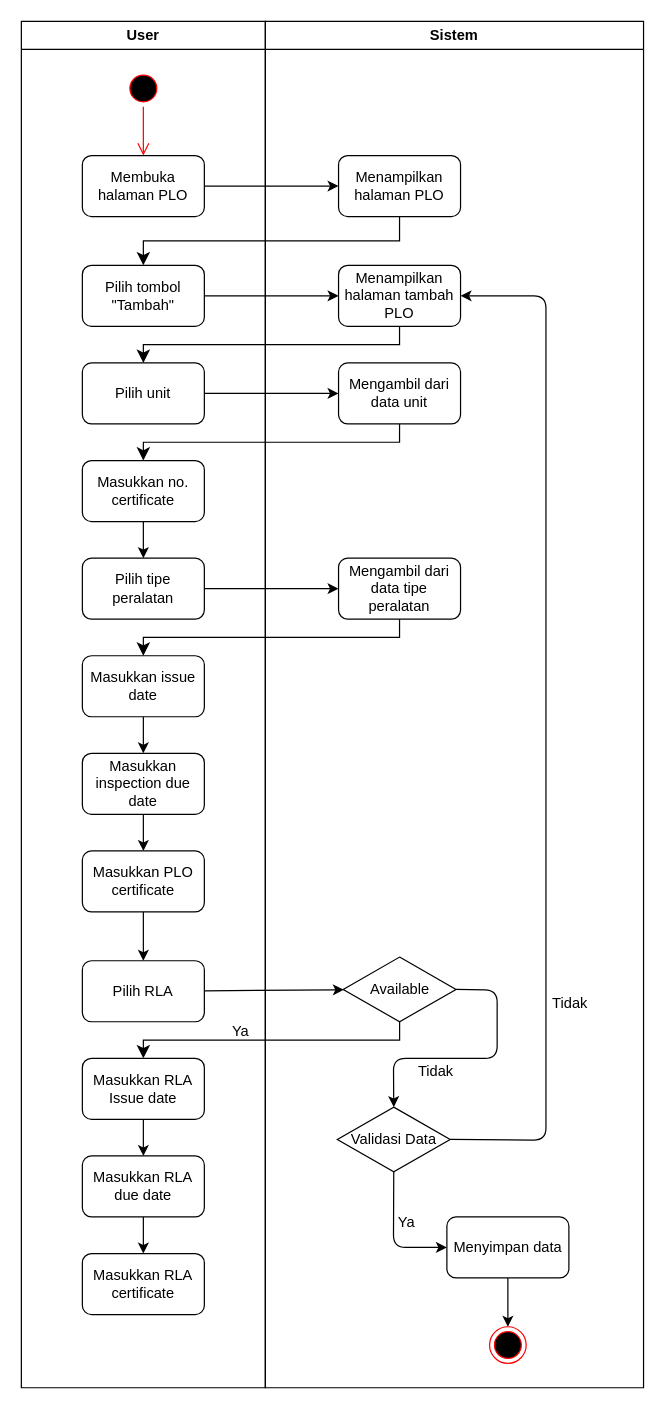
rismanrhz/idms keeps this draw.io diagram as DOKUMENTASI IDMS/PLO/tambahPLO.drawio. Above is the earlier version. Source tidied: cells renumbered, new cells numbered last; positions are measured from the earlier drawing's top-left corner, leaving out a move shared by most shapes. Both pictures are drawn from the tidied source at 122%, with x=0, y=0 at pixel (21, 21).
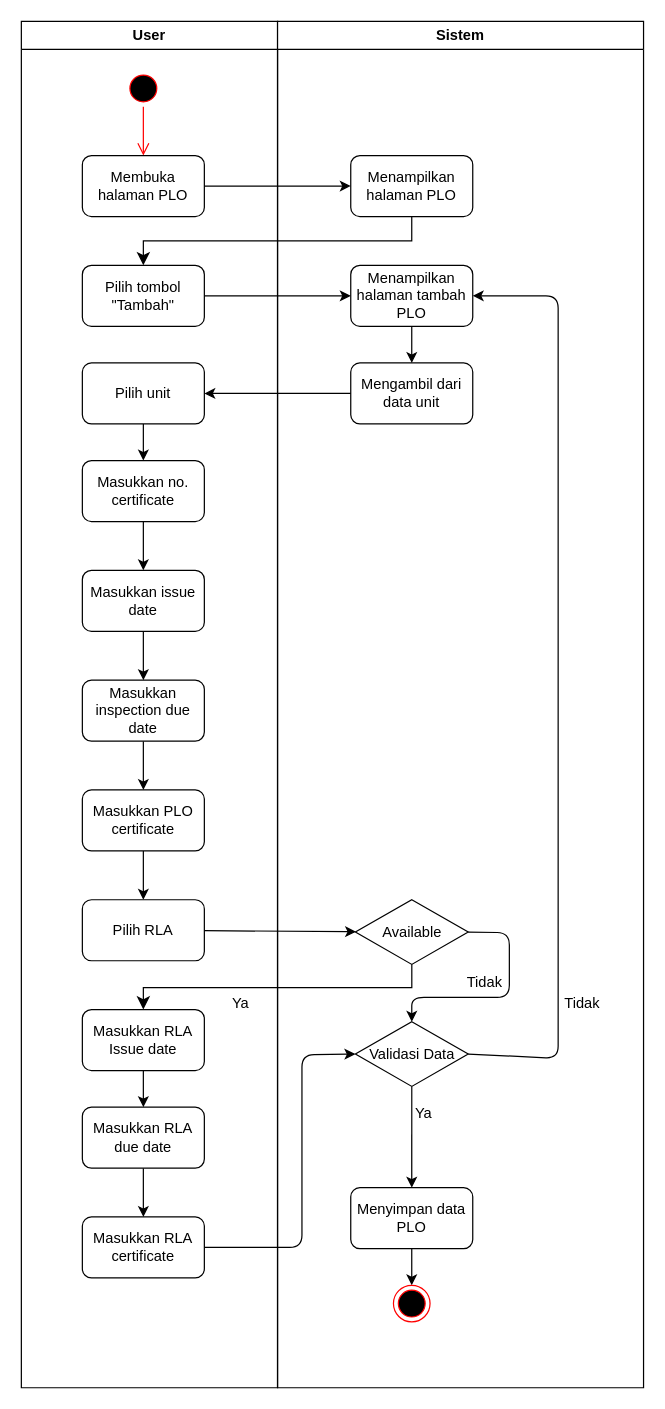
The same diagram, later.

The change refers to these unchanged cells:
```xml
<mxCell id="7" value="Pilih unit" style="rounded=1;whiteSpace=wrap;html=1;" parent="2" vertex="1">
  <mxGeometry x="50" y="280" width="100" height="50" as="geometry" />
</mxCell>
<mxCell id="9" value="Masukkan no. certificate" style="rounded=1;whiteSpace=wrap;html=1;" parent="2" vertex="1">
  <mxGeometry x="50" y="360" width="100" height="50" as="geometry" />
</mxCell>
<mxCell id="25" value="Mengambil dari data unit" style="rounded=1;whiteSpace=wrap;html=1;" parent="23" vertex="1">
  <mxGeometry x="60" y="280" width="100" height="50" as="geometry" />
</mxCell>
<mxCell id="27" value="Menampilkan halaman tambah PLO" style="rounded=1;whiteSpace=wrap;html=1;" parent="23" vertex="1">
  <mxGeometry x="60" y="200" width="100" height="50" as="geometry" />
</mxCell>
```

What changed in the source:
```diff
@@
     <mxCell id="2" value="User" style="swimlane;whiteSpace=wrap;html=1;" parent="1" vertex="1">
-      <mxGeometry width="200" height="1120" as="geometry" />
+      <mxGeometry width="210" height="1120" as="geometry" />
     </mxCell>
@@
+    <mxCell id="50" style="edgeStyle=none;html=1;" parent="2" edge="1" source="7" target="9">
+      <mxGeometry relative="1" as="geometry" />
+    </mxCell>
@@
-    <mxCell id="8" style="edgeStyle=none;html=1;entryX=0.5;entryY=0;entryDx=0;entryDy=0;" parent="2" edge="1" source="9" target="10">
+    <mxCell id="8" style="edgeStyle=none;html=1;entryX=0.5;entryY=0;entryDx=0;entryDy=0;" parent="2" edge="1" source="9" target="12">
       <mxGeometry relative="1" as="geometry" />
     </mxCell>
@@
-    <mxCell id="10" value="Pilih tipe peralatan" style="rounded=1;whiteSpace=wrap;html=1;" parent="2" vertex="1">
-      <mxGeometry x="50" y="440" width="100" height="50" as="geometry" />
-    </mxCell>
@@
     <mxCell id="12" value="Masukkan issue date" style="rounded=1;whiteSpace=wrap;html=1;" parent="2" vertex="1">
-      <mxGeometry x="50" y="520" width="100" height="50" as="geometry" />
+      <mxGeometry x="50" y="450" width="100" height="50" as="geometry" />
     </mxCell>
@@
     <mxCell id="14" value="Masukkan inspection due date" style="rounded=1;whiteSpace=wrap;html=1;" parent="2" vertex="1">
-      <mxGeometry x="50" y="600" width="100" height="50" as="geometry" />
+      <mxGeometry x="50" y="540" width="100" height="50" as="geometry" />
     </mxCell>
@@
     <mxCell id="16" value="Masukkan PLO certificate" style="rounded=1;whiteSpace=wrap;html=1;" parent="2" vertex="1">
-      <mxGeometry x="50" y="680" width="100" height="50" as="geometry" />
+      <mxGeometry x="50" y="630" width="100" height="50" as="geometry" />
     </mxCell>
@@
     <mxCell id="18" value="Masukkan RLA Issue date" style="rounded=1;whiteSpace=wrap;html=1;" parent="2" vertex="1">
-      <mxGeometry x="50" y="850" width="100" height="50" as="geometry" />
+      <mxGeometry x="50" y="810" width="100" height="50" as="geometry" />
     </mxCell>
@@
     <mxCell id="20" value="Masukkan RLA due date" style="rounded=1;whiteSpace=wrap;html=1;" parent="2" vertex="1">
-      <mxGeometry x="50" y="930" width="100" height="50" as="geometry" />
+      <mxGeometry x="50" y="890" width="100" height="50" as="geometry" />
     </mxCell>
     <mxCell id="21" value="Masukkan RLA certificate" style="rounded=1;whiteSpace=wrap;html=1;" parent="2" vertex="1">
-      <mxGeometry x="50" y="1010" width="100" height="50" as="geometry" />
+      <mxGeometry x="50" y="980" width="100" height="50" as="geometry" />
     </mxCell>
     <mxCell id="22" value="Pilih RLA" style="rounded=1;whiteSpace=wrap;html=1;" parent="2" vertex="1">
-      <mxGeometry x="50" y="770" width="100" height="50" as="geometry" />
+      <mxGeometry x="50" y="720" width="100" height="50" as="geometry" />
     </mxCell>
+    <mxCell id="33" value="Ya" style="text;html=1;align=center;verticalAlign=middle;whiteSpace=wrap;rounded=0;" parent="2" vertex="1">
+      <mxGeometry x="150" y="790" width="60" height="30" as="geometry" />
+    </mxCell>
     <mxCell id="23" value="Sistem" style="swimlane;whiteSpace=wrap;html=1;" parent="1" vertex="1">
-      <mxGeometry x="200" width="310" height="1120" as="geometry" />
+      <mxGeometry x="210" width="300" height="1120" as="geometry" />
     </mxCell>
@@
-    <mxCell id="26" value="Mengambil dari data tipe peralatan" style="rounded=1;whiteSpace=wrap;html=1;" parent="23" vertex="1">
-      <mxGeometry x="60" y="440" width="100" height="50" as="geometry" />
-    </mxCell>
+    <mxCell id="51" style="edgeStyle=none;html=1;" parent="23" edge="1" source="27" target="25">
+      <mxGeometry relative="1" as="geometry" />
+    </mxCell>
@@
     <mxCell id="28" style="edgeStyle=none;html=1;exitX=1;exitY=0.5;exitDx=0;exitDy=0;entryX=0.5;entryY=0;entryDx=0;entryDy=0;" parent="23" edge="1" source="29" target="36">
       <mxGeometry relative="1" as="geometry">
         <Array as="points">
-          <mxPoint x="190" y="794" />
-          <mxPoint x="190" y="850" />
-          <mxPoint x="105" y="850" />
+          <mxPoint x="190" y="747" />
+          <mxPoint x="190" y="800" />
+          <mxPoint x="110" y="800" />
         </Array>
       </mxGeometry>
     </mxCell>
     <mxCell id="29" value="Available" style="rhombus;whiteSpace=wrap;html=1;" parent="23" vertex="1">
-      <mxGeometry x="63.8" y="767" width="92.5" height="53" as="geometry" />
+      <mxGeometry x="63.8" y="720" width="92.5" height="53" as="geometry" />
     </mxCell>
@@
-    <mxCell id="31" value="Menyimpan data" style="rounded=1;whiteSpace=wrap;html=1;" parent="23" vertex="1">
-      <mxGeometry x="148.8" y="980" width="100" height="50" as="geometry" />
+    <mxCell id="31" value="Menyimpan data PLO" style="rounded=1;whiteSpace=wrap;html=1;" parent="23" vertex="1">
+      <mxGeometry x="60" y="956" width="100" height="50" as="geometry" />
     </mxCell>
     <mxCell id="32" style="ellipse;html=1;shape=endState;fillColor=#000000;strokeColor=#ff0000;" parent="23" vertex="1">
-      <mxGeometry x="183.8" y="1070" width="30" height="30" as="geometry" />
+      <mxGeometry x="95" y="1036" width="30" height="30" as="geometry" />
     </mxCell>
-    <mxCell id="33" value="Ya" style="text;html=1;align=center;verticalAlign=middle;whiteSpace=wrap;rounded=0;" parent="23" vertex="1">
-      <mxGeometry x="-50" y="813" width="60" height="30" as="geometry" />
-    </mxCell>
+    <mxCell id="35" style="edgeStyle=none;html=1;exitX=1;exitY=0.5;exitDx=0;exitDy=0;entryX=1;entryY=0.5;entryDx=0;entryDy=0;" parent="23" edge="1" source="36" target="27">
+      <mxGeometry relative="1" as="geometry">
+        <Array as="points">
+          <mxPoint x="230" y="850" />
+          <mxPoint x="230" y="225" />
+        </Array>
+      </mxGeometry>
+    </mxCell>
-    <mxCell id="34" style="edgeStyle=none;html=1;exitX=0.5;exitY=1;exitDx=0;exitDy=0;entryX=0;entryY=0.5;entryDx=0;entryDy=0;" parent="23" edge="1" source="36" target="31">
-      <mxGeometry relative="1" as="geometry">
-        <Array as="points">
-          <mxPoint x="105" y="1005" />
-        </Array>
-      </mxGeometry>
+    <mxCell id="34" style="edgeStyle=none;html=1;entryX=0.5;entryY=0;entryDx=0;entryDy=0;" parent="23" edge="1" source="36" target="31">
+      <mxGeometry relative="1" as="geometry" />
     </mxCell>
-    <mxCell id="35" style="edgeStyle=none;html=1;exitX=1;exitY=0.5;exitDx=0;exitDy=0;entryX=1;entryY=0.5;entryDx=0;entryDy=0;" parent="23" edge="1" source="36" target="27">
-      <mxGeometry relative="1" as="geometry">
-        <Array as="points">
-          <mxPoint x="230" y="917" />
-          <mxPoint x="230" y="225" />
-        </Array>
-      </mxGeometry>
-    </mxCell>
     <mxCell id="36" value="Validasi Data" style="rhombus;whiteSpace=wrap;html=1;" parent="23" vertex="1">
-      <mxGeometry x="59" y="890" width="92.5" height="53" as="geometry" />
+      <mxGeometry x="63.8" y="820" width="92.5" height="53" as="geometry" />
     </mxCell>
     <mxCell id="37" value="Tidak" style="text;html=1;align=center;verticalAlign=middle;whiteSpace=wrap;rounded=0;" parent="23" vertex="1">
-      <mxGeometry x="110" y="846" width="60" height="30" as="geometry" />
+      <mxGeometry x="140" y="773" width="60" height="30" as="geometry" />
     </mxCell>
     <mxCell id="38" value="Ya" style="text;html=1;align=center;verticalAlign=middle;whiteSpace=wrap;rounded=0;" parent="23" vertex="1">
-      <mxGeometry x="85.8" y="970" width="60" height="30" as="geometry" />
+      <mxGeometry x="90" y="880" width="60" height="30" as="geometry" />
     </mxCell>
@@
-    <mxCell id="42" style="edgeStyle=none;html=1;exitX=1;exitY=0.5;exitDx=0;exitDy=0;" parent="1" edge="1" source="7" target="25">
-      <mxGeometry relative="1" as="geometry" />
-    </mxCell>
-    <mxCell id="43" style="edgeStyle=none;html=1;" parent="1" edge="1" source="10" target="26">
-      <mxGeometry relative="1" as="geometry" />
-    </mxCell>
-    <mxCell id="44" style="edgeStyle=elbowEdgeStyle;elbow=vertical;endArrow=classic;html=1;curved=0;rounded=0;endSize=8;startSize=8;exitX=0.5;exitY=1;exitDx=0;exitDy=0;entryX=0.5;entryY=0;entryDx=0;entryDy=0;" parent="1" edge="1" source="25" target="9">
-      <mxGeometry relative="1" as="geometry" />
-    </mxCell>
-    <mxCell id="45" style="edgeStyle=elbowEdgeStyle;elbow=vertical;endArrow=classic;html=1;curved=0;rounded=0;endSize=8;startSize=8;entryX=0.5;entryY=0;entryDx=0;entryDy=0;exitX=0.5;exitY=1;exitDx=0;exitDy=0;" parent="1" edge="1" source="26" target="12">
-      <mxGeometry relative="1" as="geometry" />
-    </mxCell>
@@
-    <mxCell id="47" style="edgeStyle=elbowEdgeStyle;elbow=vertical;endArrow=classic;html=1;curved=0;rounded=0;endSize=8;startSize=8;exitX=0.5;exitY=1;exitDx=0;exitDy=0;entryX=0.5;entryY=0;entryDx=0;entryDy=0;" parent="1" edge="1" source="27" target="7">
-      <mxGeometry relative="1" as="geometry" />
-    </mxCell>
@@
+    <mxCell id="52" style="edgeStyle=none;html=1;" parent="1" edge="1" source="25" target="7">
+      <mxGeometry relative="1" as="geometry" />
+    </mxCell>
+    <mxCell id="53" style="edgeStyle=none;html=1;entryX=0;entryY=0.5;entryDx=0;entryDy=0;exitX=1;exitY=0.5;exitDx=0;exitDy=0;" parent="1" edge="1" source="21" target="36">
+      <mxGeometry relative="1" as="geometry">
+        <Array as="points">
+          <mxPoint x="230" y="1005" />
+          <mxPoint x="230" y="847" />
+        </Array>
+      </mxGeometry>
+    </mxCell>
```
